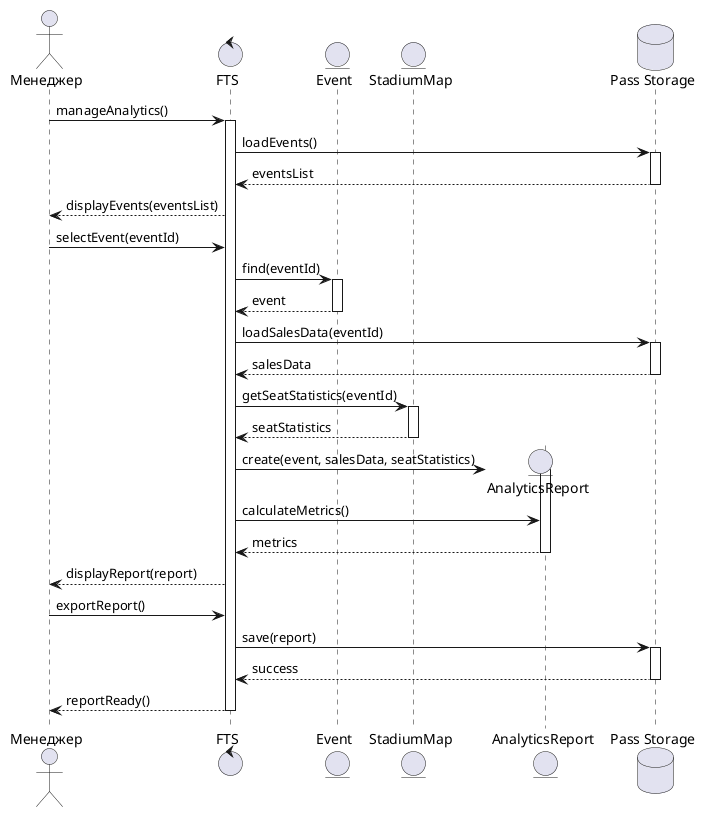
Earlier version of the PlantUML export source/diagram4.png (penamarth/bsbo-11-24_team5_var10_football).
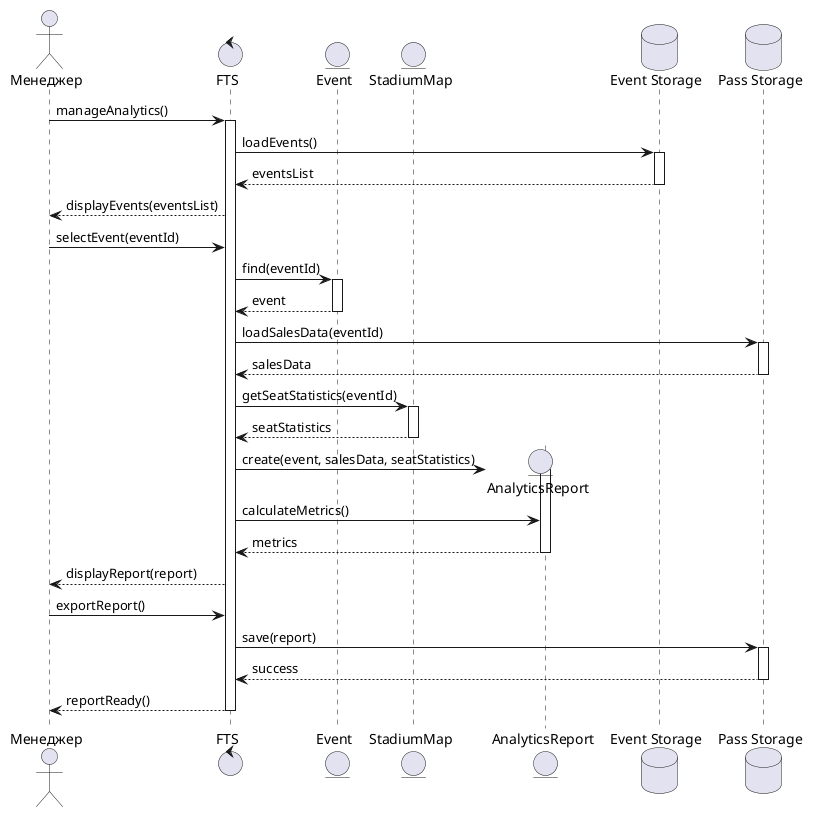
Above is the later version.

Commit message:
Аналитика: события читаются из Event Storage (диаграмма, документ, код), diagram4 перерендерен

The edit, as a diff of the source:
```diff
@@ -5,15 +5,16 @@
 entity "Event" as Event
 entity "StadiumMap" as Map
 entity "AnalyticsReport" as Report
+database "Event Storage" as EventStorage
 database "Pass Storage" as PassStorage
 
 Manager -> FTS : manageAnalytics()
 activate FTS
 
-FTS -> PassStorage : loadEvents()
-activate PassStorage
-PassStorage --> FTS : eventsList
-deactivate PassStorage
+FTS -> EventStorage : loadEvents()
+activate EventStorage
+EventStorage --> FTS : eventsList
+deactivate EventStorage
 FTS --> Manager : displayEvents(eventsList)
 
 Manager -> FTS : selectEvent(eventId)
```
